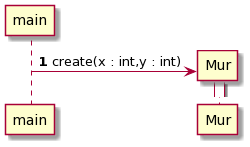
This is documents/version3/diagrammeMur.png from MichelGrolet/2d-game, a PlantUML export, as it was before one commit. Source of this version:
```plantuml
@startuml
autonumber

main -> Mur**: create(x : int,y : int)

activate Mur

deactivate Mur
@enduml
```
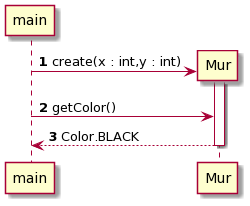
After the commit.

Commit message:
Modification des diagrammes Mur et Sol

Change to the diagram source:
```diff
@@ -5,5 +5,8 @@
 
 activate Mur
 
+main -> Mur: getColor()
+main <-- Mur: Color.BLACK
+
 deactivate Mur
 @enduml
```
